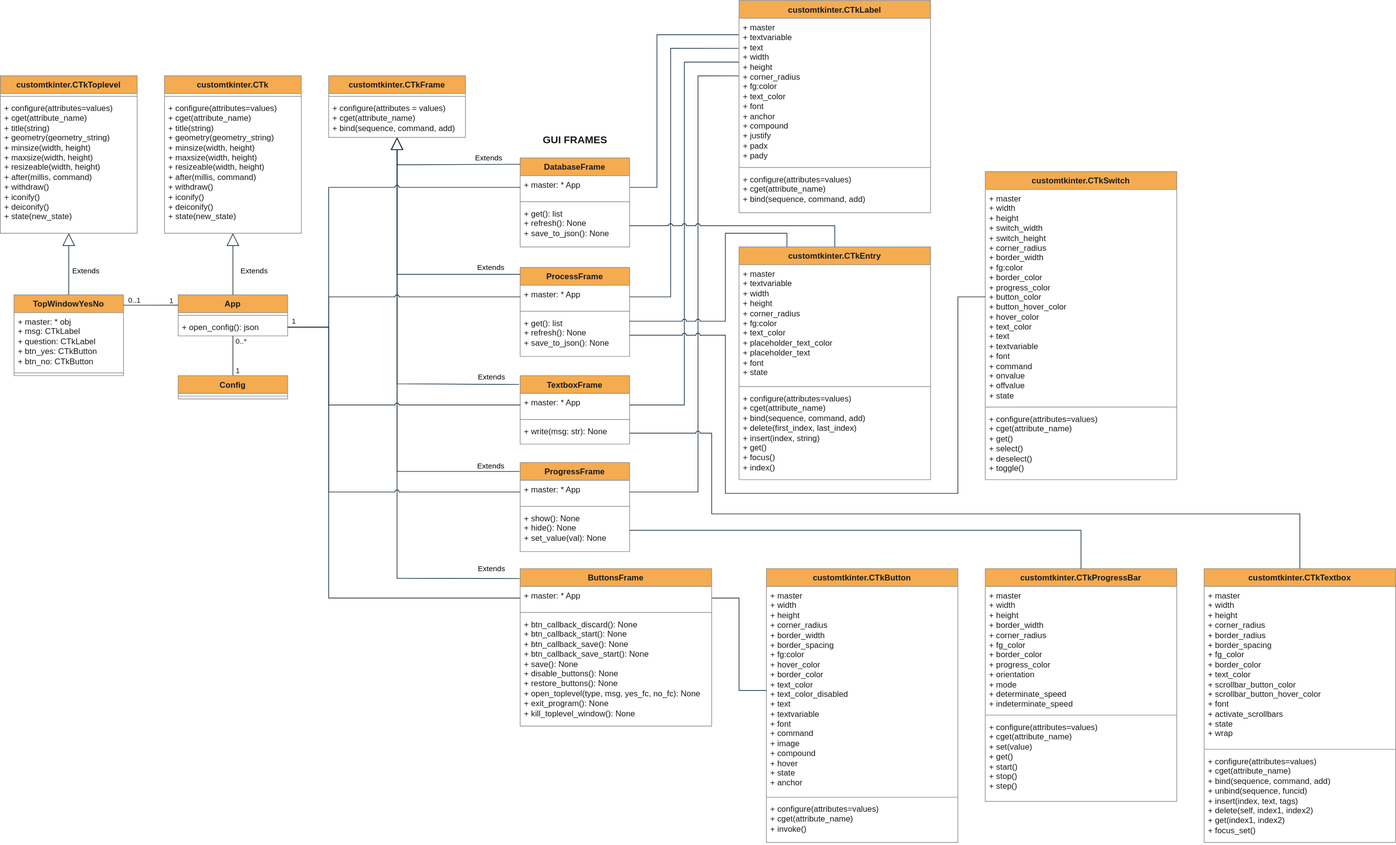
Before: App-GUI-diagram-vector.svg, a diagram exported from draw.io (OndrejLuks/log-converter). Source tidied: cells renumbered, new cells last; positions are measured from the earlier drawing's top-left corner, leaving out a move shared by most shapes.
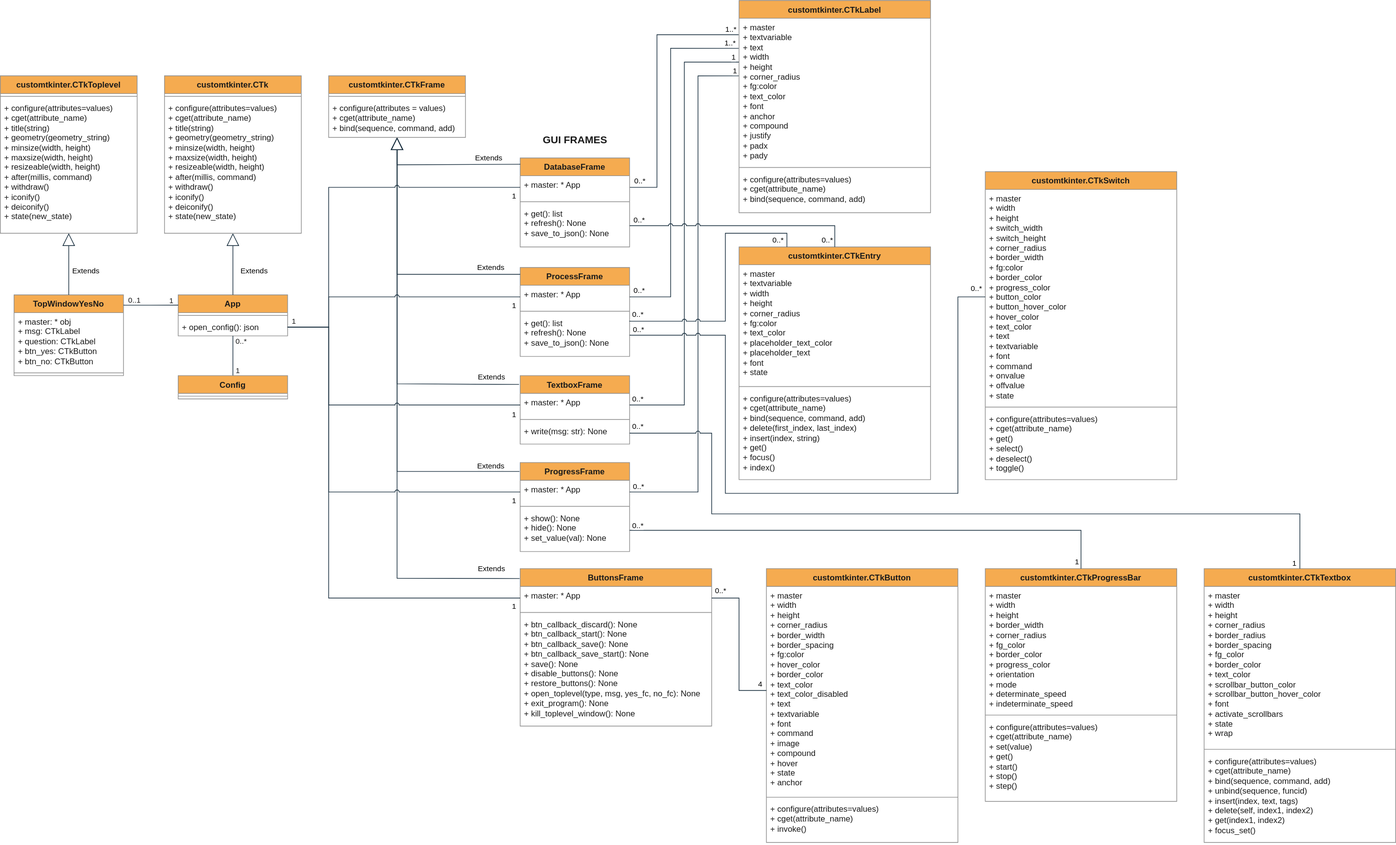
After the change.

Commit message:
GUI - Diagram v2

Diff of the diagram source:
```diff
@@ -73,6 +73,16 @@
         </Array>
       </mxGeometry>
     </mxCell>
+    <mxCell id="95" value="0..*" style="edgeLabel;html=1;align=center;verticalAlign=middle;" parent="19" vertex="1">
+      <mxGeometry x="-0.92" relative="1" as="geometry">
+        <mxPoint x="-1" y="-10" as="offset" />
+      </mxGeometry>
+    </mxCell>
+    <mxCell id="96" value="1..*" style="edgeLabel;html=1;align=center;verticalAlign=middle;" parent="19" vertex="1">
+      <mxGeometry x="0.92" y="3" relative="1" as="geometry">
+        <mxPoint x="2" y="-6" as="offset" />
+      </mxGeometry>
+    </mxCell>
     <mxCell id="20" value="DatabaseFrame" style="swimlane;fontStyle=1;align=center;verticalAlign=top;horizontal=1;startSize=26;whiteSpace=wrap;html=1;labelBackgroundColor=none;fillColor=#F5AB50;strokeColor=#909090;fontColor=#1A1A1A;" parent="1" vertex="1">
       <mxGeometry x="760" y="230" width="160" height="130" as="geometry" />
     </mxCell>
@@ -267,6 +277,16 @@
         </Array>
       </mxGeometry>
     </mxCell>
+    <mxCell id="97" value="0..*" style="edgeLabel;html=1;align=center;verticalAlign=middle;" parent="75" vertex="1">
+      <mxGeometry x="-0.96" y="-1" relative="1" as="geometry">
+        <mxPoint x="1" y="-11" as="offset" />
+      </mxGeometry>
+    </mxCell>
+    <mxCell id="98" value="1..*" style="edgeLabel;html=1;align=center;verticalAlign=middle;" parent="75" vertex="1">
+      <mxGeometry x="0.95" y="1" relative="1" as="geometry">
+        <mxPoint x="1" y="-8" as="offset" />
+      </mxGeometry>
+    </mxCell>
     <mxCell id="76" style="edgeStyle=orthogonalEdgeStyle;rounded=0;jettySize=auto;html=1;endArrow=none;endFill=0;labelBackgroundColor=none;strokeColor=#182E3E;fontColor=default;entryX=-0.001;entryY=0.299;entryDx=0;entryDy=0;entryPerimeter=0;" parent="1" edge="1" source="29" target="56">
       <mxGeometry relative="1" as="geometry">
         <Array as="points">
@@ -275,6 +295,16 @@
         </Array>
       </mxGeometry>
     </mxCell>
+    <mxCell id="99" value="0..*" style="edgeLabel;html=1;align=center;verticalAlign=middle;" parent="76" vertex="1">
+      <mxGeometry x="-0.97" y="2" relative="1" as="geometry">
+        <mxPoint x="1" y="-8" as="offset" />
+      </mxGeometry>
+    </mxCell>
+    <mxCell id="100" value="1" style="edgeLabel;html=1;align=center;verticalAlign=middle;" parent="76" vertex="1">
+      <mxGeometry x="0.96" y="1" relative="1" as="geometry">
+        <mxPoint x="6" y="-7" as="offset" />
+      </mxGeometry>
+    </mxCell>
     <mxCell id="77" style="edgeStyle=orthogonalEdgeStyle;rounded=0;jettySize=auto;html=1;labelBackgroundColor=none;strokeColor=#182E3E;fontColor=default;endArrow=none;endFill=0;entryX=-0.002;entryY=0.393;entryDx=0;entryDy=0;entryPerimeter=0;" parent="1" edge="1" source="33" target="56">
       <mxGeometry relative="1" as="geometry">
         <Array as="points">
@@ -283,6 +313,16 @@
         </Array>
       </mxGeometry>
     </mxCell>
+    <mxCell id="101" value="0..*" style="edgeLabel;html=1;align=center;verticalAlign=middle;" parent="77" vertex="1">
+      <mxGeometry x="-0.98" y="1" relative="1" as="geometry">
+        <mxPoint x="2" y="-8" as="offset" />
+      </mxGeometry>
+    </mxCell>
+    <mxCell id="102" value="1" style="edgeLabel;html=1;align=center;verticalAlign=middle;" parent="77" vertex="1">
+      <mxGeometry x="0.93" y="-2" relative="1" as="geometry">
+        <mxPoint x="19" y="-10" as="offset" />
+      </mxGeometry>
+    </mxCell>
     <mxCell id="78" value="customtkinter.CTkProgressBar" style="swimlane;fontStyle=1;align=center;verticalAlign=top;horizontal=1;startSize=26;whiteSpace=wrap;html=1;labelBackgroundColor=none;fillColor=#F5AB50;strokeColor=#909090;fontColor=#1A1A1A;" parent="1" vertex="1">
       <mxGeometry x="1440" y="830" width="280" height="340" as="geometry" />
     </mxCell>
@@ -298,6 +338,16 @@
     <mxCell id="82" style="edgeStyle=orthogonalEdgeStyle;rounded=0;jettySize=auto;html=1;exitX=0.5;exitY=0;exitDx=0;exitDy=0;endArrow=none;endFill=0;labelBackgroundColor=none;strokeColor=#182E3E;fontColor=default;" parent="1" edge="1" source="78" target="35">
       <mxGeometry relative="1" as="geometry" />
     </mxCell>
+    <mxCell id="103" value="1" style="edgeLabel;html=1;align=center;verticalAlign=middle;" parent="82" vertex="1">
+      <mxGeometry x="-0.96" y="2" relative="1" as="geometry">
+        <mxPoint x="-5" y="3" as="offset" />
+      </mxGeometry>
+    </mxCell>
+    <mxCell id="104" value="0..*" style="edgeLabel;html=1;align=center;verticalAlign=middle;" parent="82" vertex="1">
+      <mxGeometry x="0.97" y="-2" relative="1" as="geometry">
+        <mxPoint y="-6" as="offset" />
+      </mxGeometry>
+    </mxCell>
     <mxCell id="83" style="edgeStyle=orthogonalEdgeStyle;rounded=0;jettySize=auto;html=1;exitX=0;exitY=0.5;exitDx=0;exitDy=0;endArrow=none;endFill=0;entryX=1;entryY=0.5;entryDx=0;entryDy=0;labelBackgroundColor=none;strokeColor=#182E3E;fontColor=default;jumpStyle=arc;" parent="1" edge="1" source="21" target="4">
       <mxGeometry relative="1" as="geometry">
         <Array as="points">
@@ -306,6 +356,11 @@
         </Array>
       </mxGeometry>
     </mxCell>
+    <mxCell id="105" value="1" style="edgeLabel;html=1;align=center;verticalAlign=middle;" parent="83" vertex="1">
+      <mxGeometry x="-0.96" y="-1" relative="1" as="geometry">
+        <mxPoint x="2" y="13" as="offset" />
+      </mxGeometry>
+    </mxCell>
     <mxCell id="84" style="edgeStyle=orthogonalEdgeStyle;rounded=0;jettySize=auto;html=1;exitX=0;exitY=0.5;exitDx=0;exitDy=0;entryX=1;entryY=0.5;entryDx=0;entryDy=0;startArrow=none;startFill=0;endArrow=none;endFill=0;labelBackgroundColor=none;strokeColor=#182E3E;fontColor=default;jumpStyle=arc;" parent="1" edge="1" source="25" target="4">
       <mxGeometry relative="1" as="geometry">
         <Array as="points">
@@ -314,6 +369,11 @@
         </Array>
       </mxGeometry>
     </mxCell>
+    <mxCell id="106" value="1" style="edgeLabel;html=1;align=center;verticalAlign=middle;" parent="84" vertex="1">
+      <mxGeometry x="-0.88" y="1" relative="1" as="geometry">
+        <mxPoint x="13" y="11" as="offset" />
+      </mxGeometry>
+    </mxCell>
     <mxCell id="85" style="edgeStyle=orthogonalEdgeStyle;rounded=0;jettySize=auto;html=1;exitX=0;exitY=0.5;exitDx=0;exitDy=0;entryX=1;entryY=0.5;entryDx=0;entryDy=0;endArrow=none;endFill=0;labelBackgroundColor=none;strokeColor=#182E3E;fontColor=default;jumpStyle=arc;" parent="1" edge="1" source="33" target="4">
       <mxGeometry relative="1" as="geometry">
         <Array as="points">
@@ -322,6 +382,11 @@
         </Array>
       </mxGeometry>
     </mxCell>
+    <mxCell id="107" value="1" style="edgeLabel;html=1;align=center;verticalAlign=middle;" parent="85" vertex="1">
+      <mxGeometry x="-0.83" y="-1" relative="1" as="geometry">
+        <mxPoint x="40" y="13" as="offset" />
+      </mxGeometry>
+    </mxCell>
     <mxCell id="86" style="edgeStyle=orthogonalEdgeStyle;rounded=0;jettySize=auto;html=1;exitX=0;exitY=0.5;exitDx=0;exitDy=0;entryX=1;entryY=0.5;entryDx=0;entryDy=0;endArrow=none;endFill=0;labelBackgroundColor=none;strokeColor=#182E3E;fontColor=default;jumpStyle=arc;" parent="1" edge="1" source="29" target="4">
       <mxGeometry relative="1" as="geometry">
         <Array as="points">
@@ -330,6 +395,11 @@
         </Array>
       </mxGeometry>
     </mxCell>
+    <mxCell id="108" value="1" style="edgeLabel;html=1;align=center;verticalAlign=middle;" parent="86" vertex="1">
+      <mxGeometry x="-0.88" y="1" relative="1" as="geometry">
+        <mxPoint x="17" y="12" as="offset" />
+      </mxGeometry>
+    </mxCell>
     <mxCell id="87" style="edgeStyle=orthogonalEdgeStyle;rounded=0;jettySize=auto;html=1;exitX=0;exitY=0.5;exitDx=0;exitDy=0;entryX=1;entryY=0.5;entryDx=0;entryDy=0;endArrow=none;endFill=0;labelBackgroundColor=none;strokeColor=#182E3E;fontColor=default;jumpStyle=none;" parent="1" edge="1" source="37" target="4">
       <mxGeometry relative="1" as="geometry">
         <Array as="points">
@@ -343,12 +413,37 @@
         <mxPoint x="-3" y="-10" as="offset" />
       </mxGeometry>
     </mxCell>
+    <mxCell id="109" value="1" style="edgeLabel;html=1;align=center;verticalAlign=middle;" parent="87" vertex="1">
+      <mxGeometry x="-0.96" y="-1" relative="1" as="geometry">
+        <mxPoint x="3" y="12" as="offset" />
+      </mxGeometry>
+    </mxCell>
     <mxCell id="89" style="edgeStyle=orthogonalEdgeStyle;rounded=0;jettySize=auto;html=1;exitX=1;exitY=0.5;exitDx=0;exitDy=0;strokeColor=#182E3E;fontColor=#1A1A1A;endArrow=none;endFill=0;" parent="1" edge="1" source="37" target="72">
       <mxGeometry relative="1" as="geometry" />
     </mxCell>
+    <mxCell id="110" value="0..*" style="edgeLabel;html=1;align=center;verticalAlign=middle;" parent="89" vertex="1">
+      <mxGeometry x="-0.91" relative="1" as="geometry">
+        <mxPoint x="2" y="-12" as="offset" />
+      </mxGeometry>
+    </mxCell>
+    <mxCell id="111" value="4" style="edgeLabel;html=1;align=center;verticalAlign=middle;" parent="89" vertex="1">
+      <mxGeometry x="0.88" y="-1" relative="1" as="geometry">
+        <mxPoint x="3" y="-11" as="offset" />
+      </mxGeometry>
+    </mxCell>
     <mxCell id="90" style="edgeStyle=orthogonalEdgeStyle;rounded=0;jettySize=auto;html=1;entryX=0.5;entryY=0;entryDx=0;entryDy=0;endArrow=none;endFill=0;labelBackgroundColor=none;strokeColor=#182E3E;fontColor=default;jumpStyle=arc;" parent="1" edge="1" source="23" target="59">
       <mxGeometry relative="1" as="geometry" />
     </mxCell>
+    <mxCell id="112" value="0..*" style="edgeLabel;html=1;align=center;verticalAlign=middle;" parent="90" vertex="1">
+      <mxGeometry x="0.92" y="-3" relative="1" as="geometry">
+        <mxPoint x="-9" y="2" as="offset" />
+      </mxGeometry>
+    </mxCell>
+    <mxCell id="113" value="0..*" style="edgeLabel;html=1;align=center;verticalAlign=middle;" parent="90" vertex="1">
+      <mxGeometry x="-0.9" y="1" relative="1" as="geometry">
+        <mxPoint x="-4" y="-8" as="offset" />
+      </mxGeometry>
+    </mxCell>
     <mxCell id="91" style="edgeStyle=orthogonalEdgeStyle;rounded=0;jettySize=auto;html=1;exitX=0.997;exitY=0.17;exitDx=0;exitDy=0;exitPerimeter=0;endArrow=none;endFill=0;labelBackgroundColor=none;strokeColor=#182E3E;fontColor=default;entryX=0.25;entryY=0;entryDx=0;entryDy=0;jumpStyle=arc;" parent="1" edge="1" source="27" target="59">
       <mxGeometry relative="1" as="geometry">
         <Array as="points">
@@ -358,6 +453,16 @@
         </Array>
       </mxGeometry>
     </mxCell>
+    <mxCell id="114" value="0..*" style="edgeLabel;html=1;align=center;verticalAlign=middle;" parent="91" vertex="1">
+      <mxGeometry x="0.92" y="-1" relative="1" as="geometry">
+        <mxPoint x="-13" y="5" as="offset" />
+      </mxGeometry>
+    </mxCell>
+    <mxCell id="115" value="0..*" style="edgeLabel;html=1;align=center;verticalAlign=middle;" parent="91" vertex="1">
+      <mxGeometry x="-0.91" y="2" relative="1" as="geometry">
+        <mxPoint x="-5" y="-8" as="offset" />
+      </mxGeometry>
+    </mxCell>
     <mxCell id="92" style="edgeStyle=orthogonalEdgeStyle;rounded=0;jettySize=auto;html=1;exitX=1;exitY=0.5;exitDx=0;exitDy=0;entryX=0;entryY=0.5;entryDx=0;entryDy=0;endArrow=none;endFill=0;labelBackgroundColor=none;strokeColor=#182E3E;fontColor=default;jumpStyle=arc;" parent="1" edge="1" source="27" target="64">
       <mxGeometry relative="1" as="geometry">
         <Array as="points">
@@ -368,6 +473,16 @@
         </Array>
       </mxGeometry>
     </mxCell>
+    <mxCell id="116" value="0..*" style="edgeLabel;html=1;align=center;verticalAlign=middle;" parent="92" vertex="1">
+      <mxGeometry x="0.96" y="2" relative="1" as="geometry">
+        <mxPoint x="7" y="-11" as="offset" />
+      </mxGeometry>
+    </mxCell>
+    <mxCell id="117" value="0..*" style="edgeLabel;html=1;align=center;verticalAlign=middle;" parent="92" vertex="1">
+      <mxGeometry x="-0.98" relative="1" as="geometry">
+        <mxPoint y="-9" as="offset" />
+      </mxGeometry>
+    </mxCell>
     <mxCell id="93" style="edgeStyle=orthogonalEdgeStyle;rounded=0;jettySize=auto;html=1;exitX=0.5;exitY=0;exitDx=0;exitDy=0;endArrow=none;endFill=0;labelBackgroundColor=none;strokeColor=#182E3E;fontColor=default;jumpStyle=arc;" parent="1" edge="1" source="67" target="31">
       <mxGeometry relative="1" as="geometry">
         <Array as="points">
@@ -377,6 +492,16 @@
         </Array>
       </mxGeometry>
     </mxCell>
+    <mxCell id="118" value="1" style="edgeLabel;html=1;align=center;verticalAlign=middle;" parent="93" vertex="1">
+      <mxGeometry x="-0.96" relative="1" as="geometry">
+        <mxPoint x="-9" y="14" as="offset" />
+      </mxGeometry>
+    </mxCell>
+    <mxCell id="119" value="0..*" style="edgeLabel;html=1;align=center;verticalAlign=middle;" parent="93" vertex="1">
+      <mxGeometry x="0.98" y="2" relative="1" as="geometry">
+        <mxPoint x="-3" y="-13" as="offset" />
+      </mxGeometry>
+    </mxCell>
     <mxCell id="94" value="GUI FRAMES" style="text;align=center;fontStyle=1;verticalAlign=middle;spacingLeft=3;spacingRight=3;strokeColor=none;html=1;fontColor=#1A1A1A;fontSize=15;" parent="1" vertex="1">
       <mxGeometry x="800" y="190" width="80" height="26" as="geometry" />
     </mxCell>
```
